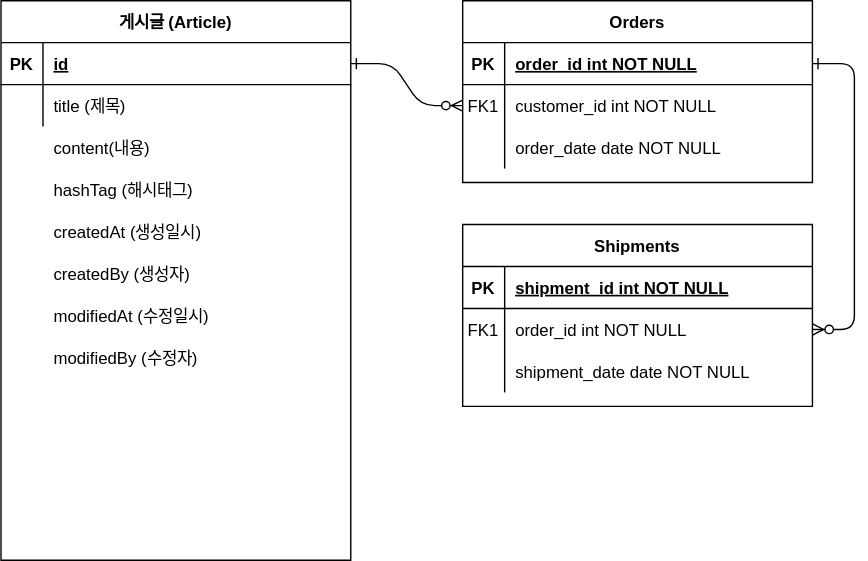
Above: document/project-board-erd.svg in jungeulyoung/project-board (draw.io), before the change. Source tidied: cells renumbered, new cells last; positions are measured from the earlier drawing's top-left corner, leaving out a move shared by most shapes.
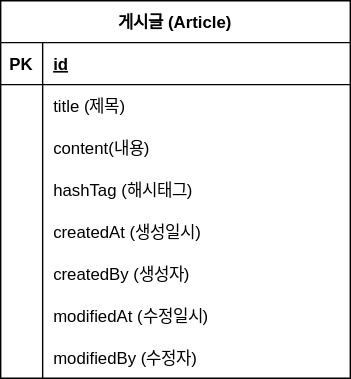
After the commit.

Diff of the diagram source:
```diff
@@ -2,74 +2,8 @@
   <root>
     <mxCell id="0" />
     <mxCell id="1" parent="0" />
-    <mxCell id="2" style="edgeStyle=entityRelationEdgeStyle;endArrow=ERzeroToMany;startArrow=ERone;endFill=1;startFill=0;" parent="1" edge="1" source="25" target="8">
-      <mxGeometry relative="1" as="geometry" />
-    </mxCell>
-    <mxCell id="3" style="edgeStyle=entityRelationEdgeStyle;endArrow=ERzeroToMany;startArrow=ERone;endFill=1;startFill=0;" parent="1" edge="1" source="5" target="18">
-      <mxGeometry relative="1" as="geometry" />
-    </mxCell>
-    <mxCell id="4" value="Orders" style="shape=table;startSize=30;rowLines=0;fontStyle=1;align=center;" parent="1" vertex="1">
-      <mxGeometry x="330" width="250" height="130" as="geometry" />
-    </mxCell>
-    <mxCell id="5" style="shape=partialRectangle;fillColor=none;points=[[0,0.5],[1,0.5]];portConstraint=eastwest;top=0;left=0;right=0;bottom=1;" parent="4" vertex="1">
-      <mxGeometry y="30" width="250" height="30" as="geometry" />
-    </mxCell>
-    <mxCell id="6" value="PK" style="shape=partialRectangle;overflow=hidden;fillColor=none;top=0;left=0;bottom=0;right=0;fontStyle=1;" parent="5" vertex="1">
-      <mxGeometry width="30" height="30" as="geometry" />
-    </mxCell>
-    <mxCell id="7" value="order_id int NOT NULL " style="shape=partialRectangle;overflow=hidden;fillColor=none;top=0;left=0;bottom=0;right=0;align=left;spacingLeft=6;fontStyle=5;" parent="5" vertex="1">
-      <mxGeometry x="30" width="220" height="30" as="geometry" />
-    </mxCell>
-    <mxCell id="8" style="shape=partialRectangle;fillColor=none;points=[[0,0.5],[1,0.5]];portConstraint=eastwest;top=0;left=0;right=0;bottom=0;" parent="4" vertex="1">
-      <mxGeometry y="60" width="250" height="30" as="geometry" />
-    </mxCell>
-    <mxCell id="9" value="FK1" style="shape=partialRectangle;overflow=hidden;fillColor=none;top=0;left=0;bottom=0;right=0;" parent="8" vertex="1">
-      <mxGeometry width="30" height="30" as="geometry" />
-    </mxCell>
-    <mxCell id="10" value="customer_id int NOT NULL" style="shape=partialRectangle;overflow=hidden;fillColor=none;top=0;left=0;bottom=0;right=0;align=left;spacingLeft=6;" parent="8" vertex="1">
-      <mxGeometry x="30" width="220" height="30" as="geometry" />
-    </mxCell>
-    <mxCell id="11" style="shape=partialRectangle;fillColor=none;top=0;left=0;right=0;bottom=0;" parent="4" vertex="1">
-      <mxGeometry y="90" width="250" height="30" as="geometry" />
-    </mxCell>
-    <mxCell id="12" style="shape=partialRectangle;overflow=hidden;fillColor=none;top=0;left=0;bottom=0;right=0;" parent="11" vertex="1">
-      <mxGeometry width="30" height="30" as="geometry" />
-    </mxCell>
-    <mxCell id="13" value="order_date date NOT NULL" style="shape=partialRectangle;overflow=hidden;fillColor=none;top=0;left=0;bottom=0;right=0;align=left;spacingLeft=6;" parent="11" vertex="1">
-      <mxGeometry x="30" width="220" height="30" as="geometry" />
-    </mxCell>
-    <mxCell id="14" value="Shipments" style="shape=table;startSize=30;rowLines=0;fontStyle=1;align=center;" parent="1" vertex="1">
-      <mxGeometry x="330" y="160" width="250" height="130" as="geometry" />
-    </mxCell>
-    <mxCell id="15" style="shape=partialRectangle;fillColor=none;top=0;left=0;right=0;bottom=1;" parent="14" vertex="1">
-      <mxGeometry y="30" width="250" height="30" as="geometry" />
-    </mxCell>
-    <mxCell id="16" value="PK" style="shape=partialRectangle;overflow=hidden;fillColor=none;top=0;left=0;bottom=0;right=0;fontStyle=1;" parent="15" vertex="1">
-      <mxGeometry width="30" height="30" as="geometry" />
-    </mxCell>
-    <mxCell id="17" value="shipment_id int NOT NULL " style="shape=partialRectangle;overflow=hidden;fillColor=none;top=0;left=0;bottom=0;right=0;align=left;spacingLeft=6;fontStyle=5;" parent="15" vertex="1">
-      <mxGeometry x="30" width="220" height="30" as="geometry" />
-    </mxCell>
-    <mxCell id="18" style="shape=partialRectangle;fillColor=none;points=[[0,0.5],[1,0.5]];portConstraint=eastwest;top=0;left=0;right=0;bottom=0;" parent="14" vertex="1">
-      <mxGeometry y="60" width="250" height="30" as="geometry" />
-    </mxCell>
-    <mxCell id="19" value="FK1" style="shape=partialRectangle;overflow=hidden;fillColor=none;top=0;left=0;bottom=0;right=0;" parent="18" vertex="1">
-      <mxGeometry width="30" height="30" as="geometry" />
-    </mxCell>
-    <mxCell id="20" value="order_id int NOT NULL" style="shape=partialRectangle;overflow=hidden;fillColor=none;top=0;left=0;bottom=0;right=0;align=left;spacingLeft=6;" parent="18" vertex="1">
-      <mxGeometry x="30" width="220" height="30" as="geometry" />
-    </mxCell>
-    <mxCell id="21" style="shape=partialRectangle;fillColor=none;top=0;left=0;right=0;bottom=0;" parent="14" vertex="1">
-      <mxGeometry y="90" width="250" height="30" as="geometry" />
-    </mxCell>
-    <mxCell id="22" style="shape=partialRectangle;overflow=hidden;fillColor=none;top=0;left=0;bottom=0;right=0;" parent="21" vertex="1">
-      <mxGeometry width="30" height="30" as="geometry" />
-    </mxCell>
-    <mxCell id="23" value="shipment_date date NOT NULL" style="shape=partialRectangle;overflow=hidden;fillColor=none;top=0;left=0;bottom=0;right=0;align=left;spacingLeft=6;" parent="21" vertex="1">
-      <mxGeometry x="30" width="220" height="30" as="geometry" />
-    </mxCell>
     <mxCell id="24" value="게시글 (Article)" style="shape=table;startSize=30;rowLines=0;fontStyle=1;align=center;" parent="1" vertex="1">
-      <mxGeometry width="250" height="400" as="geometry" />
+      <mxGeometry width="250" height="270" as="geometry" />
     </mxCell>
     <mxCell id="25" style="shape=partialRectangle;fillColor=none;points=[[0,0.5],[1,0.5]];portConstraint=eastwest;top=0;left=0;right=0;bottom=1;" parent="24" vertex="1">
       <mxGeometry y="30" width="250" height="30" as="geometry" />
@@ -89,23 +23,59 @@
     <mxCell id="30" value="title (제목)" style="shape=partialRectangle;overflow=hidden;fillColor=none;top=0;left=0;bottom=0;right=0;align=left;spacingLeft=6;" parent="28" vertex="1">
       <mxGeometry x="30" width="220" height="30" as="geometry" />
     </mxCell>
+    <mxCell id="37" style="shape=partialRectangle;fillColor=none;top=0;left=0;right=0;bottom=0;" parent="24" vertex="1">
+      <mxGeometry y="90" width="250" height="30" as="geometry" />
+    </mxCell>
+    <mxCell id="38" style="shape=partialRectangle;overflow=hidden;fillColor=none;top=0;left=0;bottom=0;right=0;" parent="37" vertex="1">
+      <mxGeometry width="30" height="30" as="geometry" />
+    </mxCell>
-    <mxCell id="31" value="content(내용)" style="shape=partialRectangle;overflow=hidden;fillColor=none;top=0;left=0;bottom=0;right=0;align=left;spacingLeft=6;" parent="1" vertex="1">
-      <mxGeometry x="30" y="90" width="220" height="30" as="geometry" />
+    <mxCell id="31" value="content(내용)" style="shape=partialRectangle;overflow=hidden;fillColor=none;top=0;left=0;bottom=0;right=0;align=left;spacingLeft=6;" parent="37" vertex="1">
+      <mxGeometry x="30" width="220" height="30" as="geometry" />
     </mxCell>
+    <mxCell id="39" style="shape=partialRectangle;fillColor=none;top=0;left=0;right=0;bottom=0;" parent="24" vertex="1">
+      <mxGeometry y="120" width="250" height="30" as="geometry" />
+    </mxCell>
+    <mxCell id="40" style="shape=partialRectangle;overflow=hidden;fillColor=none;top=0;left=0;bottom=0;right=0;" parent="39" vertex="1">
+      <mxGeometry width="30" height="30" as="geometry" />
+    </mxCell>
-    <mxCell id="32" value="hashTag (해시태그)" style="shape=partialRectangle;overflow=hidden;fillColor=none;top=0;left=0;bottom=0;right=0;align=left;spacingLeft=6;" parent="1" vertex="1">
-      <mxGeometry x="30" y="120" width="220" height="30" as="geometry" />
+    <mxCell id="32" value="hashTag (해시태그)" style="shape=partialRectangle;overflow=hidden;fillColor=none;top=0;left=0;bottom=0;right=0;align=left;spacingLeft=6;" parent="39" vertex="1">
+      <mxGeometry x="30" width="220" height="30" as="geometry" />
     </mxCell>
+    <mxCell id="41" style="shape=partialRectangle;fillColor=none;top=0;left=0;right=0;bottom=0;" parent="24" vertex="1">
+      <mxGeometry y="150" width="250" height="30" as="geometry" />
+    </mxCell>
+    <mxCell id="42" style="shape=partialRectangle;overflow=hidden;fillColor=none;top=0;left=0;bottom=0;right=0;" parent="41" vertex="1">
+      <mxGeometry width="30" height="30" as="geometry" />
+    </mxCell>
-    <mxCell id="33" value="createdAt (생성일시)" style="shape=partialRectangle;overflow=hidden;fillColor=none;top=0;left=0;bottom=0;right=0;align=left;spacingLeft=6;" parent="1" vertex="1">
-      <mxGeometry x="30" y="150" width="220" height="30" as="geometry" />
+    <mxCell id="33" value="createdAt (생성일시)" style="shape=partialRectangle;overflow=hidden;fillColor=none;top=0;left=0;bottom=0;right=0;align=left;spacingLeft=6;" parent="41" vertex="1">
+      <mxGeometry x="30" width="220" height="30" as="geometry" />
     </mxCell>
+    <mxCell id="43" style="shape=partialRectangle;fillColor=none;top=0;left=0;right=0;bottom=0;" parent="24" vertex="1">
+      <mxGeometry y="180" width="250" height="30" as="geometry" />
+    </mxCell>
+    <mxCell id="44" style="shape=partialRectangle;overflow=hidden;fillColor=none;top=0;left=0;bottom=0;right=0;" parent="43" vertex="1">
+      <mxGeometry width="30" height="30" as="geometry" />
+    </mxCell>
-    <mxCell id="34" value="createdBy (생성자)" style="shape=partialRectangle;overflow=hidden;fillColor=none;top=0;left=0;bottom=0;right=0;align=left;spacingLeft=6;" parent="1" vertex="1">
-      <mxGeometry x="30" y="180" width="220" height="30" as="geometry" />
+    <mxCell id="34" value="createdBy (생성자)" style="shape=partialRectangle;overflow=hidden;fillColor=none;top=0;left=0;bottom=0;right=0;align=left;spacingLeft=6;" parent="43" vertex="1">
+      <mxGeometry x="30" width="220" height="30" as="geometry" />
     </mxCell>
+    <mxCell id="45" style="shape=partialRectangle;fillColor=none;top=0;left=0;right=0;bottom=0;" parent="24" vertex="1">
+      <mxGeometry y="210" width="250" height="30" as="geometry" />
+    </mxCell>
+    <mxCell id="46" style="shape=partialRectangle;overflow=hidden;fillColor=none;top=0;left=0;bottom=0;right=0;" parent="45" vertex="1">
+      <mxGeometry width="30" height="30" as="geometry" />
+    </mxCell>
-    <mxCell id="35" value="modifiedAt (수정일시)" style="shape=partialRectangle;overflow=hidden;fillColor=none;top=0;left=0;bottom=0;right=0;align=left;spacingLeft=6;" parent="1" vertex="1">
-      <mxGeometry x="30" y="210" width="220" height="30" as="geometry" />
+    <mxCell id="35" value="modifiedAt (수정일시)" style="shape=partialRectangle;overflow=hidden;fillColor=none;top=0;left=0;bottom=0;right=0;align=left;spacingLeft=6;" parent="45" vertex="1">
+      <mxGeometry x="30" width="220" height="30" as="geometry" />
     </mxCell>
+    <mxCell id="47" style="shape=partialRectangle;fillColor=none;top=0;left=0;right=0;bottom=0;" parent="24" vertex="1">
+      <mxGeometry y="240" width="250" height="30" as="geometry" />
+    </mxCell>
+    <mxCell id="48" style="shape=partialRectangle;overflow=hidden;fillColor=none;top=0;left=0;bottom=0;right=0;" parent="47" vertex="1">
+      <mxGeometry width="30" height="30" as="geometry" />
+    </mxCell>
-    <mxCell id="36" value="modifiedBy (수정자)" style="shape=partialRectangle;overflow=hidden;fillColor=none;top=0;left=0;bottom=0;right=0;align=left;spacingLeft=6;" parent="1" vertex="1">
-      <mxGeometry x="30" y="240" width="220" height="30" as="geometry" />
+    <mxCell id="36" value="modifiedBy (수정자)" style="shape=partialRectangle;overflow=hidden;fillColor=none;top=0;left=0;bottom=0;right=0;align=left;spacingLeft=6;" parent="47" vertex="1">
+      <mxGeometry x="30" width="220" height="30" as="geometry" />
     </mxCell>
   </root>
 </mxGraphModel>
```
